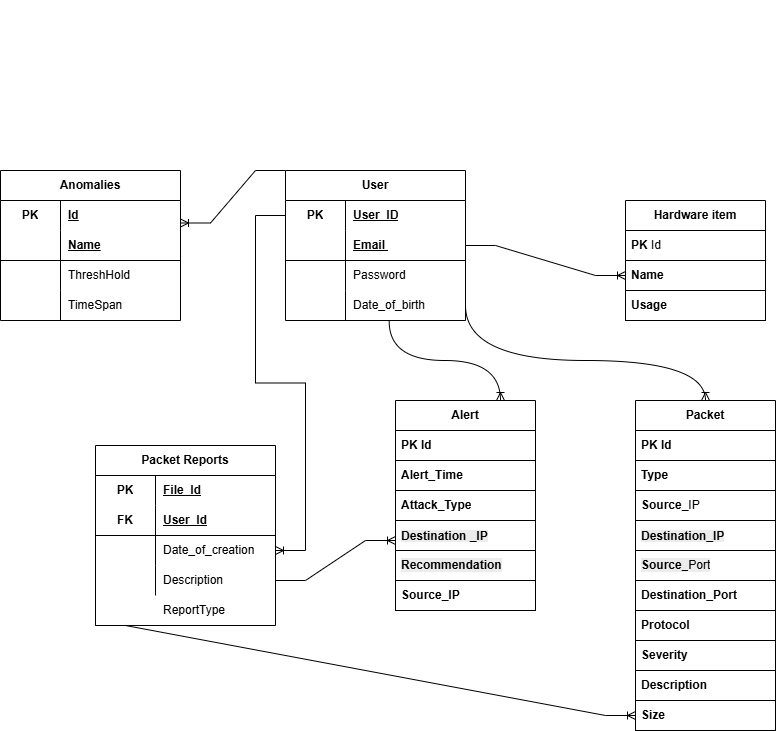
Earlier version of the draw.io export הפרוייקט/ERD.drawio.png (EyasSh/WiresharkClone). Source tidied: cells renumbered, new cells last; positions are measured from the earlier drawing's top-left corner, leaving out a move shared by most shapes.
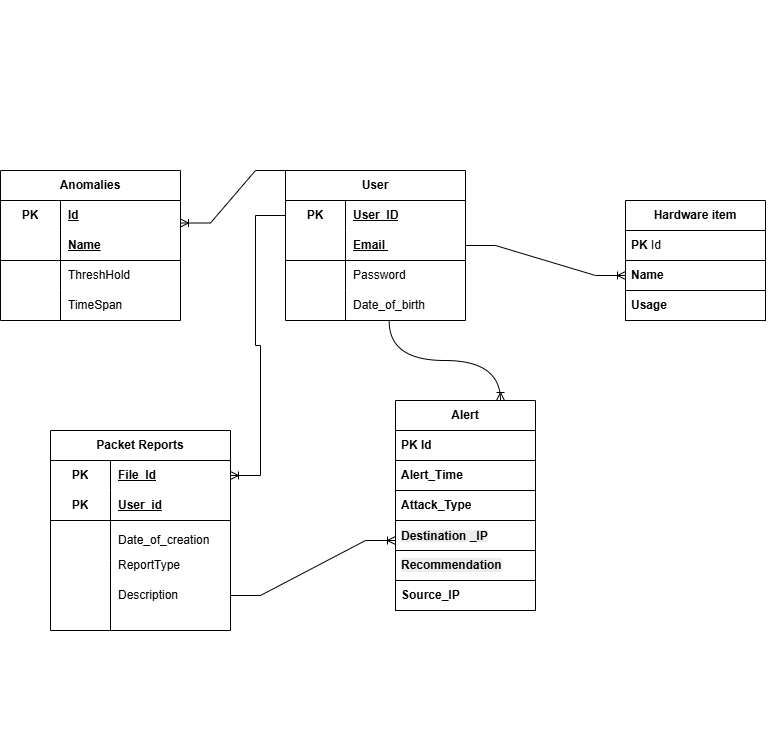
Above is the later version.

Diff of the diagram source:
```diff
@@ -25,41 +25,6 @@
     <mxCell id="8" value="&lt;b&gt;Usage&lt;/b&gt;" style="text;strokeColor=#000000;fillColor=none;align=left;verticalAlign=middle;spacingLeft=4;spacingRight=4;overflow=hidden;whiteSpace=wrap;html=1;" parent="5" vertex="1">
       <mxGeometry y="90" width="140" height="30" as="geometry" />
     </mxCell>
-    <mxCell id="9" value="&lt;b&gt;Packet&lt;/b&gt;" style="swimlane;fontStyle=0;horizontal=1;startSize=30;whiteSpace=wrap;html=1;" parent="4" vertex="1">
-      <mxGeometry x="635" y="400" width="140" height="270" as="geometry" />
-    </mxCell>
-    <mxCell id="10" value="&lt;b&gt;PK Id&lt;/b&gt;" style="text;strokeColor=default;fillColor=none;align=left;verticalAlign=middle;spacingLeft=4;spacingRight=4;overflow=hidden;whiteSpace=wrap;html=1;" parent="9" vertex="1">
-      <mxGeometry y="30" width="140" height="30" as="geometry" />
-    </mxCell>
-    <mxCell id="11" value="&lt;b&gt;Type&lt;/b&gt;" style="text;strokeColor=default;fillColor=none;align=left;verticalAlign=middle;spacingLeft=4;spacingRight=4;overflow=hidden;whiteSpace=wrap;html=1;" parent="9" vertex="1">
-      <mxGeometry y="60" width="140" height="30" as="geometry" />
-    </mxCell>
-    <mxCell id="12" value="&lt;b&gt;Source_&lt;/b&gt;IP" style="text;strokeColor=default;fillColor=none;align=left;verticalAlign=middle;spacingLeft=4;spacingRight=4;overflow=hidden;whiteSpace=wrap;html=1;" parent="9" vertex="1">
-      <mxGeometry y="90" width="140" height="30" as="geometry" />
-    </mxCell>
-    <mxCell id="13" value="&lt;div style=&quot;line-height: 100%;&quot;&gt;&lt;span style=&quot;color: rgb(0, 0, 0); font-family: Helvetica; font-size: 12px; font-style: normal; font-variant-ligatures: normal; font-variant-caps: normal; letter-spacing: normal; orphans: 2; text-align: left; text-indent: 0px; text-transform: none; widows: 2; word-spacing: 0px; -webkit-text-stroke-width: 0px; white-space: normal; background-color: rgb(236, 236, 236); text-decoration-thickness: initial; text-decoration-style: initial; text-decoration-color: initial; float: none; display: inline !important;&quot;&gt;&lt;b&gt;Destination_IP&lt;/b&gt;&lt;/span&gt;&lt;div&gt;&lt;/div&gt;&lt;/div&gt;" style="text;strokeColor=default;fillColor=none;align=left;verticalAlign=middle;spacingLeft=4;spacingRight=4;overflow=hidden;whiteSpace=wrap;html=1;" parent="9" vertex="1">
-      <mxGeometry y="120" width="140" height="30" as="geometry" />
-    </mxCell>
-    <mxCell id="14" value="&lt;span style=&quot;color: rgb(0, 0, 0); font-family: Helvetica; font-size: 12px; font-style: normal; font-variant-ligatures: normal; font-variant-caps: normal; letter-spacing: normal; orphans: 2; text-align: left; text-indent: 0px; text-transform: none; widows: 2; word-spacing: 0px; -webkit-text-stroke-width: 0px; white-space: normal; background-color: rgb(236, 236, 236); text-decoration-thickness: initial; text-decoration-style: initial; text-decoration-color: initial; float: none; line-height: 100%; display: inline !important;&quot;&gt;&lt;b&gt;Source_&lt;/b&gt;&lt;/span&gt;&lt;span style=&quot;color: rgb(0, 0, 0); font-family: Helvetica; font-size: 12px; font-style: normal; font-variant-ligatures: normal; font-variant-caps: normal; font-weight: 400; letter-spacing: normal; orphans: 2; text-align: left; text-indent: 0px; text-transform: none; widows: 2; word-spacing: 0px; -webkit-text-stroke-width: 0px; white-space: normal; background-color: rgb(236, 236, 236); text-decoration-thickness: initial; text-decoration-style: initial; text-decoration-color: initial; float: none; line-height: 100%; display: inline !important;&quot;&gt;Port&lt;/span&gt;" style="text;strokeColor=default;fillColor=none;align=left;verticalAlign=middle;spacingLeft=4;spacingRight=4;overflow=hidden;whiteSpace=wrap;html=1;" parent="9" vertex="1">
-      <mxGeometry y="150" width="140" height="30" as="geometry" />
-    </mxCell>
-    <mxCell id="15" value="&lt;div style=&quot;forced-color-adjust: none;&quot;&gt;&lt;b&gt;Destination_Port&lt;/b&gt;&lt;/div&gt;" style="text;strokeColor=default;fillColor=none;align=left;verticalAlign=middle;spacingLeft=4;spacingRight=4;overflow=hidden;whiteSpace=wrap;html=1;" parent="9" vertex="1">
-      <mxGeometry y="180" width="140" height="30" as="geometry" />
-    </mxCell>
-    <mxCell id="16" value="&lt;b&gt;Protocol&lt;/b&gt;" style="text;strokeColor=default;fillColor=none;align=left;verticalAlign=middle;spacingLeft=4;spacingRight=4;overflow=hidden;whiteSpace=wrap;html=1;" parent="9" vertex="1">
-      <mxGeometry y="210" width="140" height="30" as="geometry" />
-    </mxCell>
-    <mxCell id="17" value="&lt;b&gt;Severity&lt;/b&gt;" style="text;strokeColor=default;fillColor=none;align=left;verticalAlign=middle;spacingLeft=4;spacingRight=4;overflow=hidden;whiteSpace=wrap;html=1;" parent="9" vertex="1">
-      <mxGeometry y="240" width="140" height="30" as="geometry" />
-    </mxCell>
-    <mxCell id="18" style="edgeStyle=orthogonalEdgeStyle;fontSize=12;html=1;endArrow=ERoneToMany;rounded=0;exitX=1;exitY=0.5;exitDx=0;exitDy=0;entryX=0.5;entryY=0;entryDx=0;entryDy=0;curved=1;" parent="4" edge="1" source="29" target="9">
-      <mxGeometry relative="1" as="geometry">
-        <Array as="points">
-          <mxPoint x="465" y="360" />
-          <mxPoint x="705" y="360" />
-        </Array>
-      </mxGeometry>
-    </mxCell>
     <mxCell id="19" value="User" style="shape=table;startSize=30;rowLines=0;fontStyle=1;align=center;html=1;whiteSpace=wrap;" parent="4" vertex="1">
       <mxGeometry x="285" y="170" width="180" height="150" as="geometry" />
     </mxCell>
@@ -99,12 +64,6 @@
     <mxCell id="31" value="Date_of_birth&amp;nbsp;" style="shape=partialRectangle;fillColor=none;top=0;left=0;bottom=0;right=0;align=left;spacingLeft=6;overflow=hidden;html=1;whiteSpace=wrap;" parent="29" vertex="1">
       <mxGeometry x="60" width="120" height="30" as="geometry" />
     </mxCell>
-    <mxCell id="32" value="&lt;b&gt;Description&lt;/b&gt;" style="text;strokeColor=default;fillColor=none;align=left;verticalAlign=middle;spacingLeft=4;spacingRight=4;overflow=hidden;whiteSpace=wrap;html=1;" parent="4" vertex="1">
-      <mxGeometry x="635" y="670" width="140" height="30" as="geometry" />
-    </mxCell>
-    <mxCell id="33" value="&lt;b&gt;Size&lt;/b&gt;" style="text;strokeColor=default;fillColor=none;align=left;verticalAlign=middle;spacingLeft=4;spacingRight=4;overflow=hidden;points=[[0,0.5],[1,0.5]];portConstraint=eastwest;whiteSpace=wrap;html=1;" parent="4" vertex="1">
-      <mxGeometry x="635" y="700" width="140" height="30" as="geometry" />
-    </mxCell>
     <mxCell id="34" value="&lt;b&gt;Alert&lt;/b&gt;" style="swimlane;fontStyle=0;horizontal=1;startSize=30;whiteSpace=wrap;html=1;" parent="4" vertex="1">
       <mxGeometry x="395" y="400" width="140" height="210" as="geometry" />
     </mxCell>
@@ -126,52 +85,7 @@
     <mxCell id="40" value="&lt;div style=&quot;forced-color-adjust: none;&quot;&gt;&lt;b&gt;Source_IP&lt;/b&gt;&lt;/div&gt;" style="text;strokeColor=default;fillColor=none;align=left;verticalAlign=middle;spacingLeft=4;spacingRight=4;overflow=hidden;whiteSpace=wrap;html=1;" parent="34" vertex="1">
       <mxGeometry y="180" width="140" height="30" as="geometry" />
     </mxCell>
-    <mxCell id="41" style="group;" parent="4" vertex="1">
-      <mxGeometry x="95" y="445" width="180" height="180" as="geometry" />
-    </mxCell>
-    <mxCell id="42" value="Packet Reports" style="shape=table;startSize=30;rowLines=0;fontStyle=1;align=center;html=1;whiteSpace=wrap;" parent="41" vertex="1">
-      <mxGeometry width="180" height="180" as="geometry" />
-    </mxCell>
-    <mxCell id="43" style="shape=tableRow;horizontal=0;startSize=0;swimlaneHead=0;swimlaneBody=0;fillColor=none;points=[[0,0.5],[1,0.5]];portConstraint=eastwest;top=0;left=0;right=0;bottom=0;html=1;" parent="42" vertex="1">
-      <mxGeometry y="30" width="180" height="30" as="geometry" />
-    </mxCell>
-    <mxCell id="44" value="PK" style="shape=partialRectangle;fillColor=none;top=0;left=0;bottom=0;right=0;fontStyle=1;overflow=hidden;html=1;whiteSpace=wrap;" parent="43" vertex="1">
-      <mxGeometry width="60" height="30" as="geometry" />
-    </mxCell>
-    <mxCell id="45" value="File_Id" style="shape=partialRectangle;fillColor=none;top=0;left=0;bottom=0;right=0;align=left;spacingLeft=6;fontStyle=5;overflow=hidden;html=1;whiteSpace=wrap;" parent="43" vertex="1">
-      <mxGeometry x="60" width="120" height="30" as="geometry" />
-    </mxCell>
-    <mxCell id="46" style="shape=tableRow;horizontal=0;startSize=0;swimlaneHead=0;swimlaneBody=0;fillColor=none;top=0;left=0;right=0;bottom=1;html=1;" parent="42" vertex="1">
-      <mxGeometry y="60" width="180" height="30" as="geometry" />
-    </mxCell>
-    <mxCell id="47" value="FK" style="shape=partialRectangle;fillColor=none;top=0;left=0;bottom=0;right=0;fontStyle=1;overflow=hidden;html=1;whiteSpace=wrap;" parent="46" vertex="1">
-      <mxGeometry width="60" height="30" as="geometry" />
-    </mxCell>
-    <mxCell id="48" value="User_Id" style="shape=partialRectangle;fillColor=none;top=0;left=0;bottom=0;right=0;align=left;spacingLeft=6;fontStyle=5;overflow=hidden;html=1;whiteSpace=wrap;" parent="46" vertex="1">
-      <mxGeometry x="60" width="120" height="30" as="geometry" />
-    </mxCell>
-    <mxCell id="49" style="shape=tableRow;horizontal=0;startSize=0;swimlaneHead=0;swimlaneBody=0;fillColor=none;points=[[0,0.5],[1,0.5]];portConstraint=eastwest;top=0;left=0;right=0;bottom=0;html=1;" parent="42" vertex="1">
-      <mxGeometry y="90" width="180" height="30" as="geometry" />
-    </mxCell>
-    <mxCell id="50" style="shape=partialRectangle;fillColor=none;top=0;left=0;bottom=0;right=0;overflow=hidden;html=1;whiteSpace=wrap;" parent="49" vertex="1">
-      <mxGeometry width="60" height="30" as="geometry" />
-    </mxCell>
-    <mxCell id="51" value="Date_of_creation" style="shape=partialRectangle;fillColor=none;top=0;left=0;bottom=0;right=0;align=left;spacingLeft=6;overflow=hidden;html=1;whiteSpace=wrap;" parent="49" vertex="1">
-      <mxGeometry x="60" width="120" height="30" as="geometry" />
-    </mxCell>
-    <mxCell id="52" style="shape=tableRow;horizontal=0;startSize=0;swimlaneHead=0;swimlaneBody=0;fillColor=none;points=[[0,0.5],[1,0.5]];portConstraint=eastwest;top=0;left=0;right=0;bottom=0;html=1;" parent="42" vertex="1">
-      <mxGeometry y="120" width="180" height="30" as="geometry" />
-    </mxCell>
-    <mxCell id="53" style="shape=partialRectangle;fillColor=none;top=0;left=0;bottom=0;right=0;overflow=hidden;html=1;whiteSpace=wrap;" parent="52" vertex="1">
-      <mxGeometry width="60" height="30" as="geometry" />
-    </mxCell>
-    <mxCell id="54" value="Description" style="shape=partialRectangle;fillColor=none;top=0;left=0;bottom=0;right=0;align=left;spacingLeft=6;overflow=hidden;html=1;whiteSpace=wrap;" parent="52" vertex="1">
-      <mxGeometry x="60" width="120" height="30" as="geometry" />
-    </mxCell>
-    <mxCell id="55" value="ReportType" style="shape=partialRectangle;fillColor=none;top=0;left=0;bottom=0;right=0;align=left;spacingLeft=6;overflow=hidden;html=1;whiteSpace=wrap;" parent="41" vertex="1">
-      <mxGeometry x="60" y="150" width="120" height="30" as="geometry" />
-    </mxCell>
-    <mxCell id="56" style="edgeStyle=entityRelationEdgeStyle;fontSize=12;html=1;endArrow=ERoneToMany;rounded=0;entryX=1;entryY=0.5;entryDx=0;entryDy=0;exitX=0;exitY=0.5;exitDx=0;exitDy=0;" parent="4" edge="1" source="20" target="49">
+    <mxCell id="56" style="edgeStyle=entityRelationEdgeStyle;fontSize=12;html=1;endArrow=ERoneToMany;rounded=0;entryX=1;entryY=0.5;entryDx=0;entryDy=0;exitX=0;exitY=0.5;exitDx=0;exitDy=0;" parent="4" edge="1" source="20" target="43">
       <mxGeometry relative="1" as="geometry">
         <Array as="points">
           <mxPoint x="105" y="360" />
@@ -179,7 +93,7 @@
         </Array>
       </mxGeometry>
     </mxCell>
-    <mxCell id="57" style="edgeStyle=entityRelationEdgeStyle;fontSize=12;html=1;endArrow=ERoneToMany;rounded=0;exitX=1;exitY=0.5;exitDx=0;exitDy=0;" parent="4" edge="1" source="52">
+    <mxCell id="57" style="edgeStyle=entityRelationEdgeStyle;fontSize=12;html=1;endArrow=ERoneToMany;rounded=0;exitX=1;exitY=0.5;exitDx=0;exitDy=0;" parent="4" edge="1" source="80">
       <mxGeometry relative="1" as="geometry">
         <mxPoint x="395" y="540" as="targetPoint" />
         <Array as="points">
@@ -190,9 +104,6 @@
         </Array>
       </mxGeometry>
     </mxCell>
-    <mxCell id="58" style="edgeStyle=entityRelationEdgeStyle;fontSize=12;html=1;endArrow=ERoneToMany;rounded=0;entryX=0;entryY=0.5;entryDx=0;entryDy=0;exitX=0;exitY=1;exitDx=0;exitDy=0;" parent="4" edge="1" source="42" target="33">
-      <mxGeometry relative="1" as="geometry" />
-    </mxCell>
     <mxCell id="59" style="edgeStyle=entityRelationEdgeStyle;fontSize=12;html=1;endArrow=ERoneToMany;rounded=0;exitX=1;exitY=0.5;exitDx=0;exitDy=0;entryX=0;entryY=0.5;entryDx=0;entryDy=0;" parent="4" edge="1" source="23" target="7">
       <mxGeometry relative="1" as="geometry">
         <Array as="points">
@@ -245,5 +156,47 @@
     <mxCell id="74" style="edgeStyle=entityRelationEdgeStyle;fontSize=12;html=1;endArrow=ERoneToMany;rounded=0;exitX=0;exitY=0;exitDx=0;exitDy=0;entryX=1;entryY=0.75;entryDx=0;entryDy=0;" parent="4" edge="1" source="19" target="64">
       <mxGeometry relative="1" as="geometry" />
     </mxCell>
+    <mxCell id="42" value="Packet Reports" style="shape=table;startSize=30;rowLines=0;fontStyle=1;align=center;html=1;whiteSpace=wrap;" parent="4" vertex="1">
+      <mxGeometry x="50" y="430" width="180" height="200" as="geometry" />
+    </mxCell>
+    <mxCell id="43" style="shape=tableRow;horizontal=0;startSize=0;swimlaneHead=0;swimlaneBody=0;fillColor=none;points=[[0,0.5],[1,0.5]];portConstraint=eastwest;top=0;left=0;right=0;bottom=0;html=1;" parent="42" vertex="1">
+      <mxGeometry y="30" width="180" height="30" as="geometry" />
+    </mxCell>
+    <mxCell id="75" value="PK" style="shape=partialRectangle;fillColor=none;top=0;left=0;bottom=0;right=0;fontStyle=1;overflow=hidden;html=1;whiteSpace=wrap;" parent="43" vertex="1">
+      <mxGeometry width="60" height="30" as="geometry" />
+    </mxCell>
+    <mxCell id="45" value="File_Id" style="shape=partialRectangle;fillColor=none;top=0;left=0;bottom=0;right=0;align=left;spacingLeft=6;fontStyle=5;overflow=hidden;html=1;whiteSpace=wrap;" parent="43" vertex="1">
+      <mxGeometry x="60" width="120" height="30" as="geometry" />
+    </mxCell>
+    <mxCell id="46" style="shape=tableRow;horizontal=0;startSize=0;swimlaneHead=0;swimlaneBody=0;fillColor=none;top=0;left=0;right=0;bottom=1;html=1;" parent="42" vertex="1">
+      <mxGeometry y="60" width="180" height="30" as="geometry" />
+    </mxCell>
+    <mxCell id="76" value="PK" style="shape=partialRectangle;fillColor=none;top=0;left=0;bottom=0;right=0;fontStyle=1;overflow=hidden;html=1;whiteSpace=wrap;" parent="46" vertex="1">
+      <mxGeometry width="60" height="30" as="geometry" />
+    </mxCell>
+    <mxCell id="77" value="User_id" style="shape=partialRectangle;fillColor=none;top=0;left=0;bottom=0;right=0;align=left;spacingLeft=6;fontStyle=5;overflow=hidden;html=1;whiteSpace=wrap;" parent="46" vertex="1">
+      <mxGeometry x="60" width="120" height="30" as="geometry" />
+    </mxCell>
+    <mxCell id="78" style="shape=tableRow;horizontal=0;startSize=0;swimlaneHead=0;swimlaneBody=0;fillColor=none;top=0;left=0;right=0;bottom=0;html=1;" parent="42" vertex="1">
+      <mxGeometry y="90" width="180" height="40" as="geometry" />
+    </mxCell>
+    <mxCell id="79" style="shape=partialRectangle;fillColor=none;top=0;left=0;bottom=0;right=0;overflow=hidden;html=1;whiteSpace=wrap;" parent="78" vertex="1">
+      <mxGeometry width="60" height="40" as="geometry" />
+    </mxCell>
+    <mxCell id="51" value="Date_of_creation" style="shape=partialRectangle;fillColor=none;top=0;left=0;bottom=0;right=0;align=left;spacingLeft=6;overflow=hidden;html=1;whiteSpace=wrap;" parent="78" vertex="1">
+      <mxGeometry x="60" width="120" height="40" as="geometry" />
+    </mxCell>
+    <mxCell id="80" style="shape=tableRow;horizontal=0;startSize=0;swimlaneHead=0;swimlaneBody=0;fillColor=none;points=[[0,0.5],[1,0.5]];portConstraint=eastwest;top=0;left=0;right=0;bottom=0;html=1;" parent="42" vertex="1">
+      <mxGeometry y="130" width="180" height="70" as="geometry" />
+    </mxCell>
+    <mxCell id="81" style="shape=partialRectangle;fillColor=none;top=0;left=0;bottom=0;right=0;overflow=hidden;html=1;whiteSpace=wrap;" parent="80" vertex="1">
+      <mxGeometry width="60" height="70" as="geometry" />
+    </mxCell>
+    <mxCell id="54" value="Description" style="shape=partialRectangle;fillColor=none;top=0;left=0;bottom=0;right=0;align=left;spacingLeft=6;overflow=hidden;html=1;whiteSpace=wrap;" parent="80" vertex="1">
+      <mxGeometry x="60" width="120" height="70" as="geometry" />
+    </mxCell>
+    <mxCell id="55" value="ReportType" style="shape=partialRectangle;fillColor=none;top=0;left=0;bottom=0;right=0;align=left;spacingLeft=6;overflow=hidden;html=1;whiteSpace=wrap;" parent="4" vertex="1">
+      <mxGeometry x="110" y="550" width="120" height="30" as="geometry" />
+    </mxCell>
   </root>
 </mxGraphModel>
```
